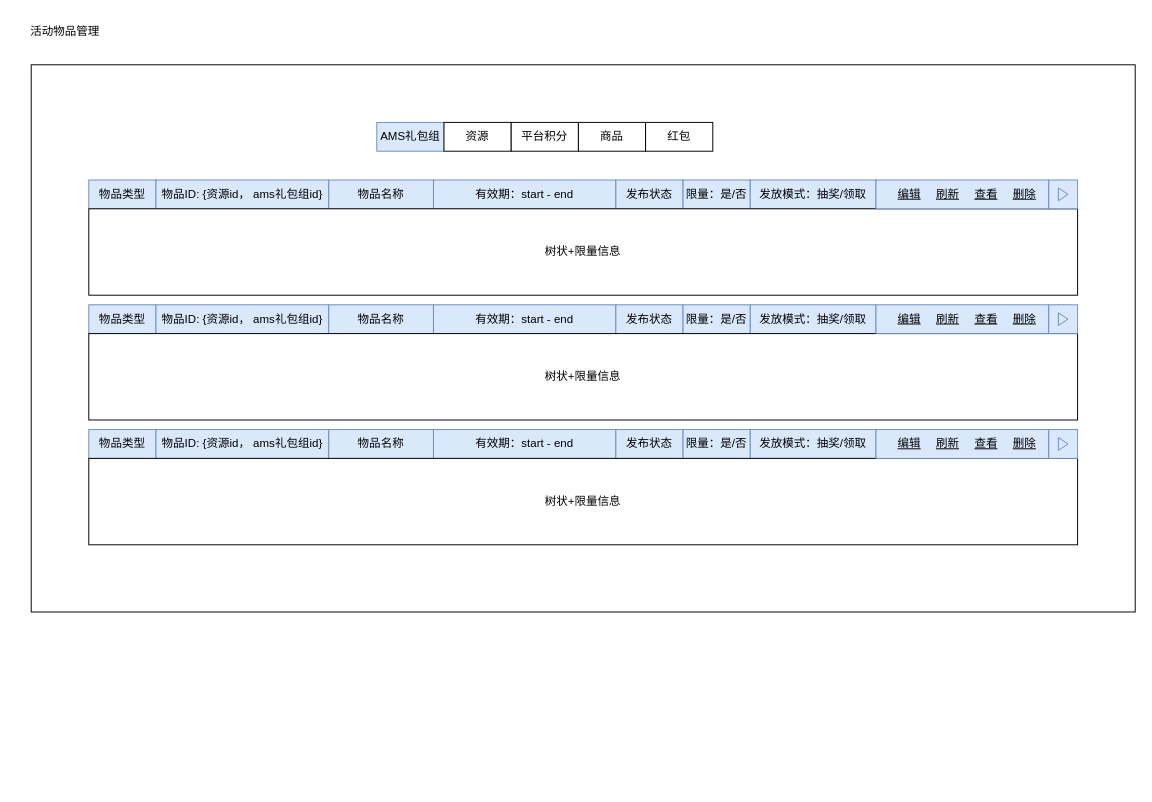
The draw.io diagram ceiba_flow3.drawio in axtrur/resource, before the edit. Source tidied: cells renumbered, new cells numbered last; positions are measured from the earlier drawing's top-left corner, leaving out a move shared by most shapes. Both pictures are drawn from the tidied source at 96%, with x=0, y=0 at pixel (16, 16).
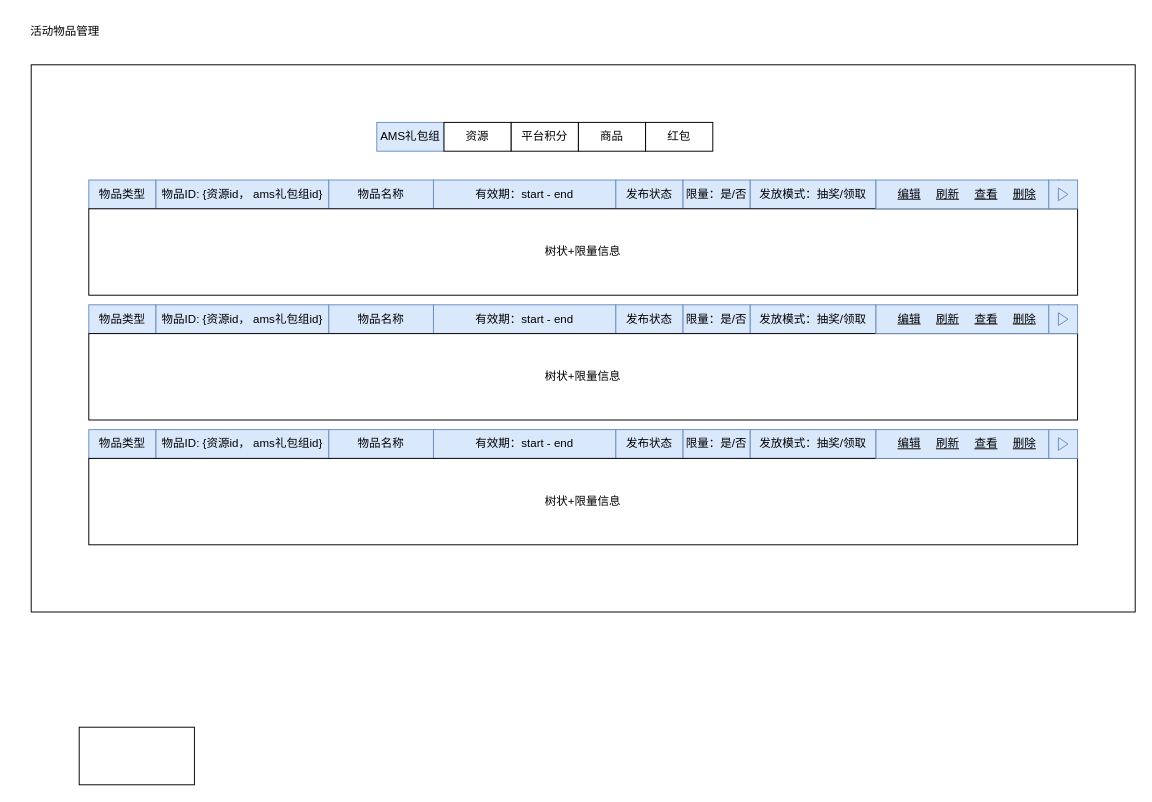
After the change.

What changed in the source:
```diff
@@
+    <mxCell id="57" style="rounded=0;whiteSpace=wrap;html=1;" parent="1" vertex="1">
+      <mxGeometry x="65" y="740" width="120" height="60" as="geometry" />
+    </mxCell>
```
